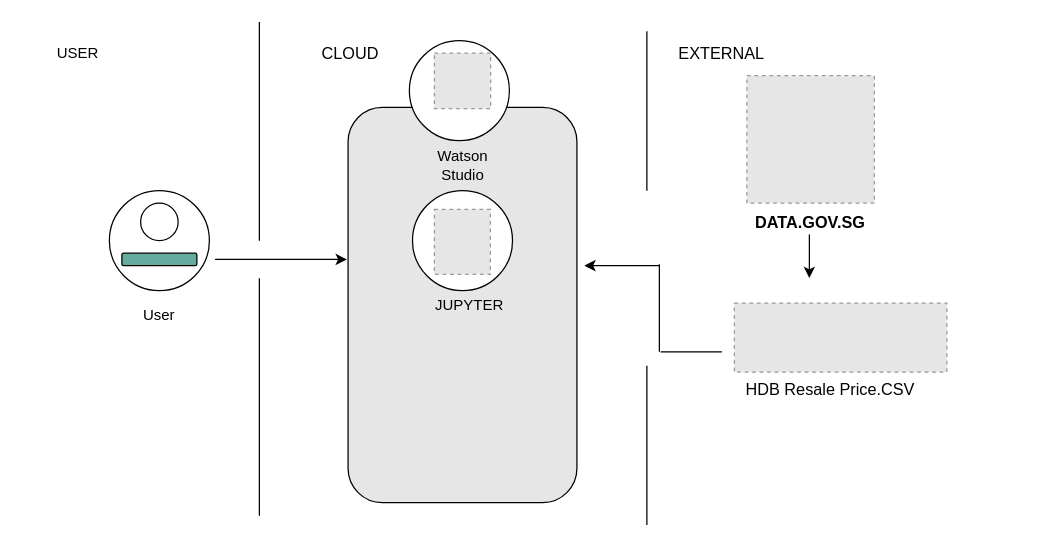
Earlier version of the draw.io diagram page "Page-1" (1 of 2) of HDB flow Diagram.drawio (malarramesh/Data-Science-Project). Source tidied: cells renumbered, new cells numbered last; positions are measured from the earlier drawing's top-left corner, leaving out a move shared by most shapes. Both pictures are drawn from the tidied source at 125%, with x=0, y=0 at pixel (21, 21). Pictures stored in the file or linked from it are replaced by grey dashed boxes.
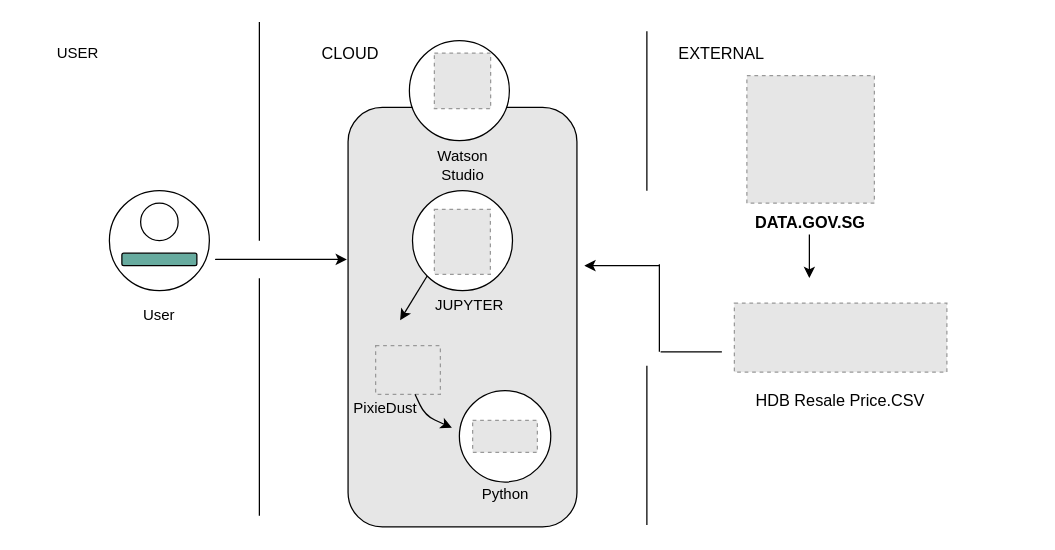
Above is the later version.

The change refers to these unchanged cells:
```xml
<mxCell id="15" style="ellipse;whiteSpace=wrap;html=1;fillColor=#FFFFFF;" parent="1" vertex="1">
  <mxGeometry x="312.5" y="135" width="80" height="80" as="geometry" />
</mxCell>
<mxCell id="17" value="JUPYTER&amp;nbsp;" style="text;html=1;strokeColor=none;fillColor=none;align=center;verticalAlign=middle;whiteSpace=wrap;rounded=0;" parent="1" vertex="1">
  <mxGeometry x="290" y="216.6" width="140" height="20" as="geometry" />
</mxCell>
```

Diff of the diagram source:
```diff
@@
     <mxCell id="2" style="rounded=1;whiteSpace=wrap;html=1;fillColor=#E6E6E6;fontSize=13;rotation=90;" parent="1" vertex="1">
-      <mxGeometry x="194.4" y="135" width="316.2" height="183.1" as="geometry" />
+      <mxGeometry x="184.7" y="144.7" width="335.6" height="183.1" as="geometry" />
     </mxCell>
@@
     <mxCell id="26" value="HDB Resale Price.CSV" style="text;html=1;strokeColor=none;fillColor=none;align=center;verticalAlign=middle;whiteSpace=wrap;rounded=0;fontSize=13;" parent="1" vertex="1">
-      <mxGeometry x="491.9" y="283.9" width="310" height="20" as="geometry" />
+      <mxGeometry x="500" y="293.4" width="310" height="20" as="geometry" />
     </mxCell>
@@
+    <mxCell id="29" style="fillColor=#E6E6E6;strokeColor=#999999;dashed=1;verticalLabelPosition=bottom;verticalAlign=top;" parent="1" vertex="1">
+      <mxGeometry x="283" y="259" width="51.8" height="39" as="geometry" />
+    </mxCell>
+    <mxCell id="30" value="Python" style="text;html=1;strokeColor=none;fillColor=none;align=center;verticalAlign=middle;whiteSpace=wrap;rounded=0;" parent="1" vertex="1">
+      <mxGeometry x="316.6" y="368.1" width="140" height="20" as="geometry" />
+    </mxCell>
+    <mxCell id="31" style="endArrow=classic;html=1;entryX=0.09;entryY=1.105;entryDx=0;entryDy=0;entryPerimeter=0;exitX=0;exitY=1;exitDx=0;exitDy=0;" parent="1" edge="1" source="15" target="17">
+      <mxGeometry relative="1" as="geometry" />
+    </mxCell>
+    <mxCell id="32" style="ellipse;whiteSpace=wrap;html=1;" parent="1" vertex="1">
+      <mxGeometry x="350" y="295" width="73.1" height="73.1" as="geometry" />
+    </mxCell>
+    <mxCell id="33" style="fillColor=#E6E6E6;strokeColor=#999999;dashed=1;verticalLabelPosition=bottom;labelBackgroundColor=#ffffff;verticalAlign=top;" parent="1" vertex="1">
+      <mxGeometry x="360.6" y="318.8" width="51.8" height="25.6" as="geometry" />
+    </mxCell>
+    <mxCell id="34" value="PixieDust" style="text;html=1;strokeColor=none;fillColor=none;align=center;verticalAlign=middle;whiteSpace=wrap;rounded=0;" parent="1" vertex="1">
+      <mxGeometry x="220.7" y="298.8" width="140" height="20" as="geometry" />
+    </mxCell>
+    <mxCell id="35" style="endArrow=classic;html=1;entryX=0.881;entryY=1.295;entryDx=0;entryDy=0;entryPerimeter=0;" parent="1" edge="1" target="34">
+      <mxGeometry relative="1" as="geometry">
+        <mxPoint x="314.5" y="297.9" as="sourcePoint" />
+        <Array as="points">
+          <mxPoint x="315" y="298" />
+          <mxPoint x="322.5" y="314.9" />
+        </Array>
+      </mxGeometry>
+    </mxCell>
```
